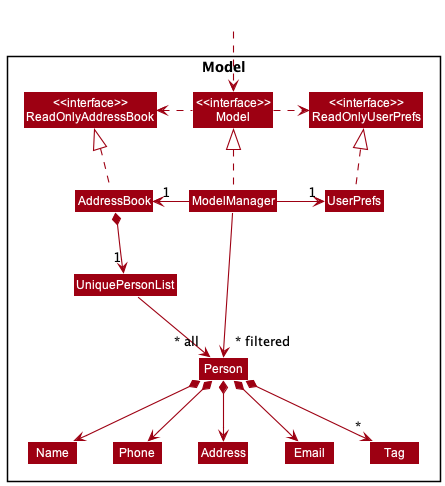
Above: docs/images/ModelClassDiagram.png in nus-cs2103-AY2223S1/tp (PlantUML), before the change.
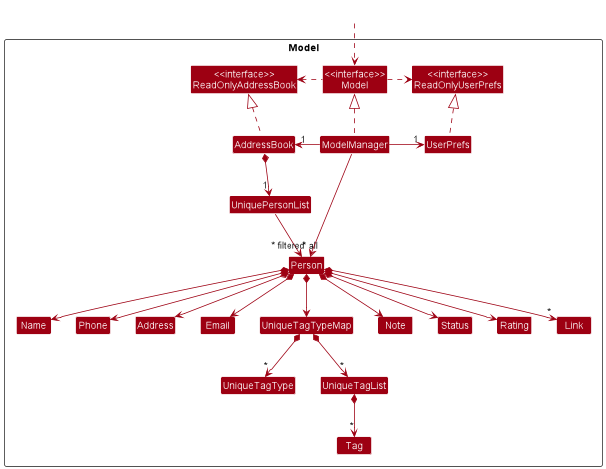
Later version of the same file.

Commit message:
Add Sequence diagram for AddLink command

The edit, as a diff of the source:
```diff
@@ -18,6 +18,13 @@
 Class Email
 Class Name
 Class Phone
+Class UniqueTagTypeMap
+Class Note
+Class Status
+Class Rating
+Class Link
+Class UniqueTagType
+Class UniqueTagList
 Class Tag
 
 }
@@ -40,7 +47,14 @@
 Person *--> Phone
 Person *--> Email
 Person *--> Address
-Person *--> "*" Tag
+Person *--> UniqueTagTypeMap
+Person *--> Note
+Person *--> Status
+Person *--> Rating
+Person *--> "*" Link
+UniqueTagTypeMap *--> "*" UniqueTagType
+UniqueTagTypeMap *--> "*" UniqueTagList
+UniqueTagList *--> "*" Tag
 
 Name -[hidden]right-> Phone
 Phone -[hidden]right-> Address
```
